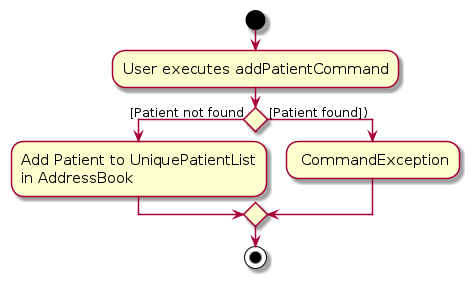
Earlier version of the PlantUML export diagrams/AddPatientActivityDiagram.png (AY2324S2-CS2103T-F10-3/tp). Its source is kept beside it as diagrams/AddPatientActivityDiagram.puml. Its diagram source:
```plantuml
@startuml
skin rose
skinparam ActivityFontSize 15
skinparam ArrowFontSize 12
start
:User executes addPatientCommand;


if () then ([Patient not found)
    :Add Patient to UniquePatientList
    in AddressBook;

else ([Patient found]))
    : CommandException;
endif
stop
@enduml
```
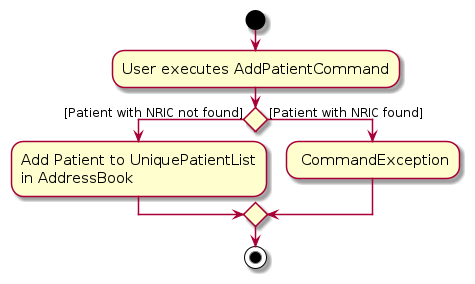
After the commit.

Diff of the diagram source:
```diff
@@ -3,14 +3,14 @@
 skinparam ActivityFontSize 15
 skinparam ArrowFontSize 12
 start
-:User executes addPatientCommand;
+:User executes AddPatientCommand;
 
 
-if () then ([Patient not found)
+if () then ([Patient with NRIC not found])
     :Add Patient to UniquePatientList
     in AddressBook;
 
-else ([Patient found]))
+else ([Patient with NRIC found])
     : CommandException;
 endif
 stop
```
